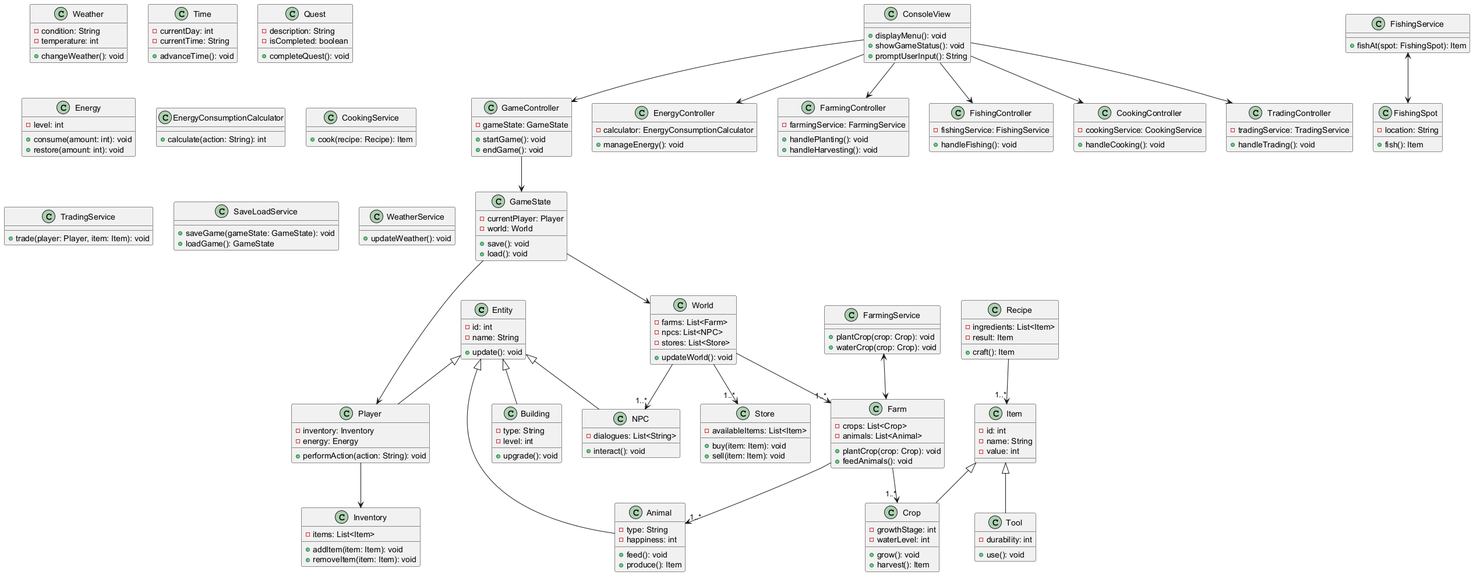
The PlantUML diagram diagram.png in advanced-programming-sut-2025/advanced-programming-phase-1-group-34, before a commit.
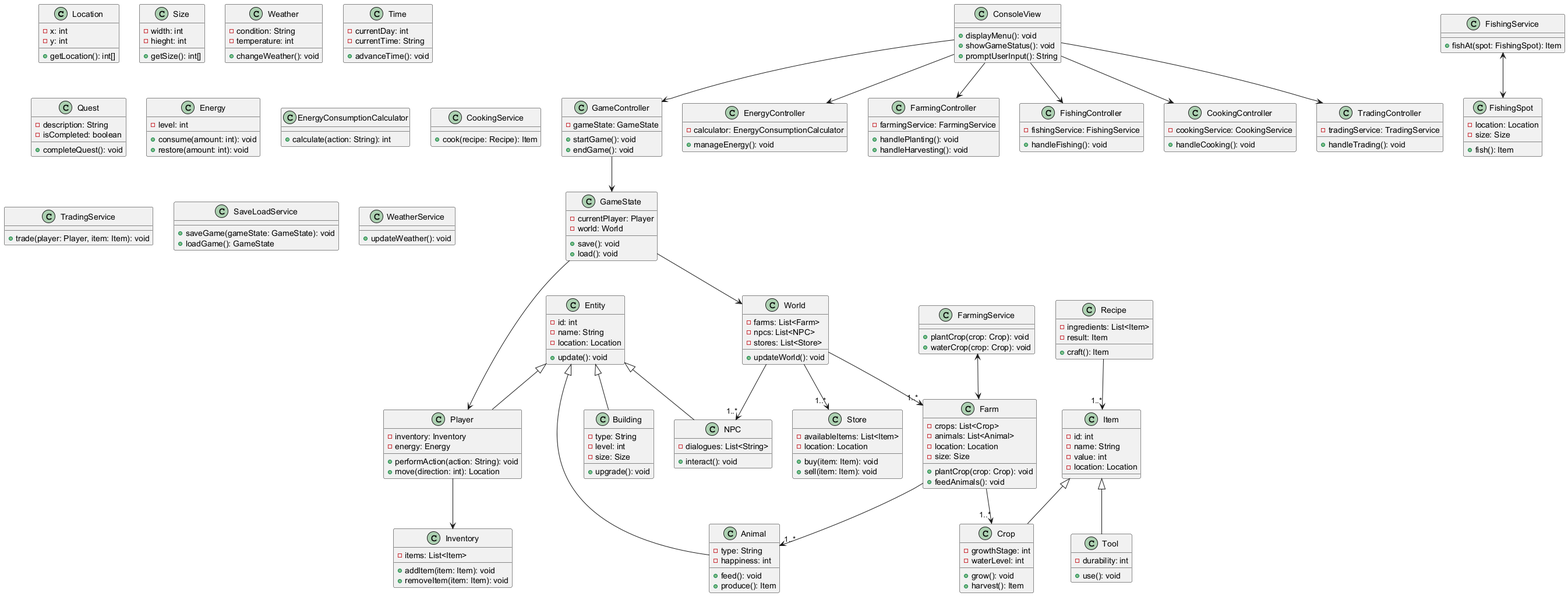
After the change.

Commit message:
"Adding few comments" diagram

Diff of the diagram source:
```diff
@@ -1,8 +1,21 @@
 @startuml
+
+class Location {
+  - x: int
+  - y: int
+  + getLocation(): int[]
+}
+
+class Size {
+  - width: int
+  - hieght: int
+  + getSize(): int[]
+}
 
 class Entity {
   - id: int
   - name: String
+  - location: Location
   + update(): void
 }
 
@@ -15,6 +28,7 @@
   - inventory: Inventory
   - energy: Energy
   + performAction(action: String): void
+  + move(direction: int): Location
 }
 
 class NPC {
@@ -33,6 +47,7 @@
   - id: int
   - name: String
   - value: int
+  - location: Location
 }
 
 Item <|-- Tool
@@ -53,6 +68,7 @@
 class Building {
   - type: String
   - level: int
+  - size: Size
   + upgrade(): void
 }
 
@@ -83,12 +99,15 @@
 class Farm {
   - crops: List<Crop>
   - animals: List<Animal>
+  - location: Location
+  - size: Size
   + plantCrop(crop: Crop): void
   + feedAnimals(): void
 }
 
 class FishingSpot {
-  - location: String
+  - location: Location
+  - size: Size
   + fish(): Item
 }
 
@@ -100,6 +119,7 @@
 
 class Store {
   - availableItems: List<Item>
+  - location: Location
   + buy(item: Item): void
   + sell(item: Item): void
 }
```
